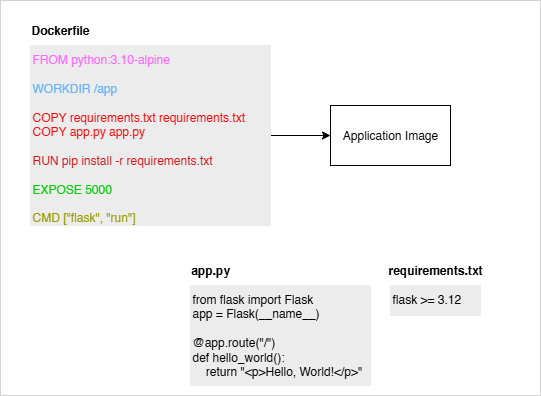
Earlier version of the draw.io export kubernetes/dockerfile.drawio.png (FAUSheppy/lightning-talks). Source tidied: cells renumbered, new cells last; positions are measured from the earlier drawing's top-left corner, leaving out a move shared by most shapes. Its diagram source:
```xml
<mxGraphModel>
  <root>
    <mxCell id="0" />
    <mxCell id="1" parent="0" />
    <mxCell id="2" style="edgeStyle=orthogonalEdgeStyle;rounded=0;jettySize=auto;html=1;exitX=1;exitY=0.5;exitDx=0;exitDy=0;" parent="1" edge="1" source="3" target="5">
      <mxGeometry relative="1" as="geometry" />
    </mxCell>
    <mxCell id="3" value="&lt;div style=&quot;forced-color-adjust: none; orphans: 2; text-align: left; text-indent: 0px; widows: 2; background-color: rgb(236, 236, 236); text-decoration-thickness: initial; text-decoration-style: initial; text-decoration-color: initial; white-space: normal; -webkit-text-stroke-width: 0px; word-spacing: 0px; text-transform: none; letter-spacing: normal; font-weight: 400; font-variant-caps: normal; font-variant-ligatures: normal; font-style: normal; font-size: 12px; font-family: Helvetica; color: rgb(0, 0, 0);&quot;&gt;&lt;font style=&quot;forced-color-adjust: none; color: rgb(255, 102, 255);&quot;&gt;FROM python:3.10-alpine&lt;/font&gt;&lt;/div&gt;&lt;div style=&quot;forced-color-adjust: none; color: rgb(0, 0, 0); font-family: Helvetica; font-size: 12px; font-style: normal; font-variant-ligatures: normal; font-variant-caps: normal; font-weight: 400; letter-spacing: normal; orphans: 2; text-align: left; text-indent: 0px; text-transform: none; widows: 2; word-spacing: 0px; -webkit-text-stroke-width: 0px; white-space: normal; background-color: rgb(236, 236, 236); text-decoration-thickness: initial; text-decoration-style: initial; text-decoration-color: initial;&quot;&gt;&lt;font style=&quot;forced-color-adjust: none; color: rgb(102, 178, 255);&quot;&gt;&lt;br style=&quot;forced-color-adjust: none;&quot;&gt;&lt;/font&gt;&lt;/div&gt;&lt;div style=&quot;forced-color-adjust: none; color: rgb(0, 0, 0); font-family: Helvetica; font-size: 12px; font-style: normal; font-variant-ligatures: normal; font-variant-caps: normal; font-weight: 400; letter-spacing: normal; orphans: 2; text-align: left; text-indent: 0px; text-transform: none; widows: 2; word-spacing: 0px; -webkit-text-stroke-width: 0px; white-space: normal; background-color: rgb(236, 236, 236); text-decoration-thickness: initial; text-decoration-style: initial; text-decoration-color: initial;&quot;&gt;&lt;font style=&quot;forced-color-adjust: none; color: rgb(102, 178, 255);&quot;&gt;WORKDIR /app&lt;/font&gt;&lt;/div&gt;&lt;div style=&quot;forced-color-adjust: none; color: rgb(0, 0, 0); font-family: Helvetica; font-size: 12px; font-style: normal; font-variant-ligatures: normal; font-variant-caps: normal; font-weight: 400; letter-spacing: normal; orphans: 2; text-align: left; text-indent: 0px; text-transform: none; widows: 2; word-spacing: 0px; -webkit-text-stroke-width: 0px; white-space: normal; background-color: rgb(236, 236, 236); text-decoration-thickness: initial; text-decoration-style: initial; text-decoration-color: initial;&quot;&gt;&lt;br style=&quot;forced-color-adjust: none;&quot;&gt;&lt;/div&gt;&lt;div style=&quot;forced-color-adjust: none; color: rgb(0, 0, 0); font-family: Helvetica; font-size: 12px; font-style: normal; font-variant-ligatures: normal; font-variant-caps: normal; font-weight: 400; letter-spacing: normal; orphans: 2; text-align: left; text-indent: 0px; text-transform: none; widows: 2; word-spacing: 0px; -webkit-text-stroke-width: 0px; white-space: normal; background-color: rgb(236, 236, 236); text-decoration-thickness: initial; text-decoration-style: initial; text-decoration-color: initial;&quot;&gt;&lt;font style=&quot;forced-color-adjust: none; color: rgb(255, 0, 0);&quot;&gt;COPY requirements.txt requirements.txt&lt;/font&gt;&lt;/div&gt;&lt;div style=&quot;forced-color-adjust: none; color: rgb(0, 0, 0); font-family: Helvetica; font-size: 12px; font-style: normal; font-variant-ligatures: normal; font-variant-caps: normal; font-weight: 400; letter-spacing: normal; orphans: 2; text-align: left; text-indent: 0px; text-transform: none; widows: 2; word-spacing: 0px; -webkit-text-stroke-width: 0px; white-space: normal; background-color: rgb(236, 236, 236); text-decoration-thickness: initial; text-decoration-style: initial; text-decoration-color: initial;&quot;&gt;&lt;font style=&quot;forced-color-adjust: none; color: rgb(255, 0, 0);&quot;&gt;COPY app.py app.py&lt;/font&gt;&lt;/div&gt;&lt;div style=&quot;forced-color-adjust: none; color: rgb(0, 0, 0); font-family: Helvetica; font-size: 12px; font-style: normal; font-variant-ligatures: normal; font-variant-caps: normal; font-weight: 400; letter-spacing: normal; orphans: 2; text-align: left; text-indent: 0px; text-transform: none; widows: 2; word-spacing: 0px; -webkit-text-stroke-width: 0px; white-space: normal; background-color: rgb(236, 236, 236); text-decoration-thickness: initial; text-decoration-style: initial; text-decoration-color: initial;&quot;&gt;&lt;font style=&quot;forced-color-adjust: none; color: light-dark(rgb(211, 18, 18), rgb(237, 237, 237));&quot;&gt;&lt;span style=&quot;forced-color-adjust: none; color: rgb(0, 0, 0);&quot;&gt;&lt;br style=&quot;forced-color-adjust: none;&quot;&gt;&lt;/span&gt;&lt;/font&gt;&lt;/div&gt;&lt;div style=&quot;forced-color-adjust: none; color: rgb(0, 0, 0); font-family: Helvetica; font-size: 12px; font-style: normal; font-variant-ligatures: normal; font-variant-caps: normal; font-weight: 400; letter-spacing: normal; orphans: 2; text-align: left; text-indent: 0px; text-transform: none; widows: 2; word-spacing: 0px; -webkit-text-stroke-width: 0px; white-space: normal; background-color: rgb(236, 236, 236); text-decoration-thickness: initial; text-decoration-style: initial; text-decoration-color: initial;&quot;&gt;&lt;font style=&quot;forced-color-adjust: none; color: light-dark(rgb(211, 18, 18), rgb(237, 237, 237));&quot;&gt;RUN pip install -r requirements.txt&lt;/font&gt;&lt;/div&gt;&lt;div style=&quot;forced-color-adjust: none; color: rgb(0, 0, 0); font-family: Helvetica; font-size: 12px; font-style: normal; font-variant-ligatures: normal; font-variant-caps: normal; font-weight: 400; letter-spacing: normal; orphans: 2; text-align: left; text-indent: 0px; text-transform: none; widows: 2; word-spacing: 0px; -webkit-text-stroke-width: 0px; white-space: normal; background-color: rgb(236, 236, 236); text-decoration-thickness: initial; text-decoration-style: initial; text-decoration-color: initial;&quot;&gt;&lt;font style=&quot;forced-color-adjust: none; color: rgb(0, 204, 0);&quot;&gt;&lt;br style=&quot;forced-color-adjust: none;&quot;&gt;&lt;/font&gt;&lt;/div&gt;&lt;div style=&quot;forced-color-adjust: none; color: rgb(0, 0, 0); font-family: Helvetica; font-size: 12px; font-style: normal; font-variant-ligatures: normal; font-variant-caps: normal; font-weight: 400; letter-spacing: normal; orphans: 2; text-align: left; text-indent: 0px; text-transform: none; widows: 2; word-spacing: 0px; -webkit-text-stroke-width: 0px; white-space: normal; background-color: rgb(236, 236, 236); text-decoration-thickness: initial; text-decoration-style: initial; text-decoration-color: initial;&quot;&gt;&lt;font style=&quot;forced-color-adjust: none; color: rgb(0, 204, 0);&quot;&gt;EXPOSE 5000&lt;/font&gt;&lt;/div&gt;&lt;div style=&quot;forced-color-adjust: none; color: rgb(0, 0, 0); font-family: Helvetica; font-size: 12px; font-style: normal; font-variant-ligatures: normal; font-variant-caps: normal; font-weight: 400; letter-spacing: normal; orphans: 2; text-align: left; text-indent: 0px; text-transform: none; widows: 2; word-spacing: 0px; -webkit-text-stroke-width: 0px; white-space: normal; background-color: rgb(236, 236, 236); text-decoration-thickness: initial; text-decoration-style: initial; text-decoration-color: initial;&quot;&gt;&lt;br style=&quot;forced-color-adjust: none;&quot;&gt;&lt;/div&gt;&lt;div style=&quot;forced-color-adjust: none; color: rgb(0, 0, 0); font-family: Helvetica; font-size: 12px; font-style: normal; font-variant-ligatures: normal; font-variant-caps: normal; font-weight: 400; letter-spacing: normal; orphans: 2; text-align: left; text-indent: 0px; text-transform: none; widows: 2; word-spacing: 0px; -webkit-text-stroke-width: 0px; white-space: normal; background-color: rgb(236, 236, 236); text-decoration-thickness: initial; text-decoration-style: initial; text-decoration-color: initial;&quot;&gt;&lt;font style=&quot;forced-color-adjust: none; color: rgb(153, 153, 0);&quot;&gt;CMD [&quot;flask&quot;, &quot;run&quot;]&lt;/font&gt;&lt;/div&gt;" style="text;whiteSpace=wrap;html=1;fillColor=light-dark(#ececec, #ededed);strokeColor=light-dark(#ececec, #5c79a3);" parent="1" vertex="1">
      <mxGeometry x="30" y="45" width="240" height="180" as="geometry" />
    </mxCell>
    <mxCell id="4" value="Dockerfile" style="text;html=1;align=center;verticalAlign=middle;whiteSpace=wrap;rounded=0;fontStyle=1;" parent="1" vertex="1">
      <mxGeometry x="30" y="15" width="60" height="30" as="geometry" />
    </mxCell>
    <mxCell id="5" value="Application Image" style="rounded=0;whiteSpace=wrap;html=1;" parent="1" vertex="1">
      <mxGeometry x="330" y="105" width="120" height="60" as="geometry" />
    </mxCell>
    <mxCell id="6" value="&lt;div&gt;from flask import Flask&lt;/div&gt;&lt;div&gt;app = Flask(__name__)&lt;/div&gt;&lt;div&gt;&lt;br&gt;&lt;/div&gt;&lt;div&gt;@app.route(&quot;/&quot;)&lt;/div&gt;&lt;div&gt;def hello_world():&lt;/div&gt;&lt;div&gt;&amp;nbsp; &amp;nbsp; return &quot;&amp;lt;p&amp;gt;Hello, World!&amp;lt;/p&amp;gt;&quot;&lt;/div&gt;" style="text;whiteSpace=wrap;html=1;fillColor=light-dark(#ececec, #ededed);strokeColor=light-dark(#ececec, #5c79a3);" parent="1" vertex="1">
      <mxGeometry x="190" y="285" width="180" height="100" as="geometry" />
    </mxCell>
    <mxCell id="7" value="&lt;div&gt;flask &amp;gt;= 3.12&lt;/div&gt;" style="text;whiteSpace=wrap;html=1;fillColor=light-dark(#ececec, #ededed);strokeColor=light-dark(#ececec, #5c79a3);" parent="1" vertex="1">
      <mxGeometry x="390" y="285" width="90" height="30" as="geometry" />
    </mxCell>
    <mxCell id="8" value="app.py" style="text;html=1;align=center;verticalAlign=middle;whiteSpace=wrap;rounded=0;fontStyle=1;" parent="1" vertex="1">
      <mxGeometry x="180" y="255" width="60" height="30" as="geometry" />
    </mxCell>
    <mxCell id="9" value="requirements.txt" style="text;html=1;align=center;verticalAlign=middle;whiteSpace=wrap;rounded=0;fontStyle=1;" parent="1" vertex="1">
      <mxGeometry x="390" y="255" width="90" height="30" as="geometry" />
    </mxCell>
    <mxCell id="10" style="rounded=0;whiteSpace=wrap;html=1;fillColor=none;strokeColor=#D5D5D5;" parent="1" vertex="1">
      <mxGeometry width="540" height="395" as="geometry" />
    </mxCell>
  </root>
</mxGraphModel>
```
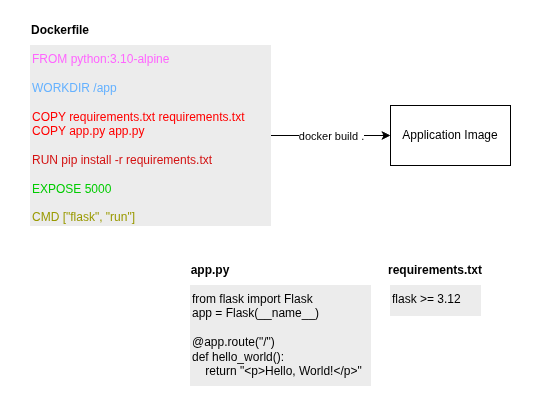
After the change.

What changed in the source:
```diff
@@ -2,9 +2,17 @@
   <root>
     <mxCell id="0" />
     <mxCell id="1" parent="0" />
+    <mxCell id="10" style="rounded=0;whiteSpace=wrap;html=1;fillColor=none;strokeColor=none;" parent="1" vertex="1">
+      <mxGeometry width="540" height="395" as="geometry" />
+    </mxCell>
     <mxCell id="2" style="edgeStyle=orthogonalEdgeStyle;rounded=0;jettySize=auto;html=1;exitX=1;exitY=0.5;exitDx=0;exitDy=0;" parent="1" edge="1" source="3" target="5">
       <mxGeometry relative="1" as="geometry" />
     </mxCell>
+    <mxCell id="11" value="docker build ." style="edgeLabel;html=1;align=center;verticalAlign=middle;" parent="2" vertex="1">
+      <mxGeometry x="0.55" y="2" relative="1" as="geometry">
+        <mxPoint x="-33" y="2" as="offset" />
+      </mxGeometry>
+    </mxCell>
     <mxCell id="3" value="&lt;div style=&quot;forced-color-adjust: none; orphans: 2; text-align: left; text-indent: 0px; widows: 2; background-color: rgb(236, 236, 236); text-decoration-thickness: initial; text-decoration-style: initial; text-decoration-color: initial; white-space: normal; -webkit-text-stroke-width: 0px; word-spacing: 0px; text-transform: none; letter-spacing: normal; font-weight: 400; font-variant-caps: normal; font-variant-ligatures: normal; font-style: normal; font-size: 12px; font-family: Helvetica; color: rgb(0, 0, 0);&quot;&gt;&lt;font style=&quot;forced-color-adjust: none; color: rgb(255, 102, 255);&quot;&gt;FROM python:3.10-alpine&lt;/font&gt;&lt;/div&gt;&lt;div style=&quot;forced-color-adjust: none; color: rgb(0, 0, 0); font-family: Helvetica; font-size: 12px; font-style: normal; font-variant-ligatures: normal; font-variant-caps: normal; font-weight: 400; letter-spacing: normal; orphans: 2; text-align: left; text-indent: 0px; text-transform: none; widows: 2; word-spacing: 0px; -webkit-text-stroke-width: 0px; white-space: normal; background-color: rgb(236, 236, 236); text-decoration-thickness: initial; text-decoration-style: initial; text-decoration-color: initial;&quot;&gt;&lt;font style=&quot;forced-color-adjust: none; color: rgb(102, 178, 255);&quot;&gt;&lt;br style=&quot;forced-color-adjust: none;&quot;&gt;&lt;/font&gt;&lt;/div&gt;&lt;div style=&quot;forced-color-adjust: none; color: rgb(0, 0, 0); font-family: Helvetica; font-size: 12px; font-style: normal; font-variant-ligatures: normal; font-variant-caps: normal; font-weight: 400; letter-spacing: normal; orphans: 2; text-align: left; text-indent: 0px; text-transform: none; widows: 2; word-spacing: 0px; -webkit-text-stroke-width: 0px; white-space: normal; background-color: rgb(236, 236, 236); text-decoration-thickness: initial; text-decoration-style: initial; text-decoration-color: initial;&quot;&gt;&lt;font style=&quot;forced-color-adjust: none; color: rgb(102, 178, 255);&quot;&gt;WORKDIR /app&lt;/font&gt;&lt;/div&gt;&lt;div style=&quot;forced-color-adjust: none; color: rgb(0, 0, 0); font-family: Helvetica; font-size: 12px; font-style: normal; font-variant-ligatures: normal; font-variant-caps: normal; font-weight: 400; letter-spacing: normal; orphans: 2; text-align: left; text-indent: 0px; text-transform: none; widows: 2; word-spacing: 0px; -webkit-text-stroke-width: 0px; white-space: normal; background-color: rgb(236, 236, 236); text-decoration-thickness: initial; text-decoration-style: initial; text-decoration-color: initial;&quot;&gt;&lt;br style=&quot;forced-color-adjust: none;&quot;&gt;&lt;/div&gt;&lt;div style=&quot;forced-color-adjust: none; color: rgb(0, 0, 0); font-family: Helvetica; font-size: 12px; font-style: normal; font-variant-ligatures: normal; font-variant-caps: normal; font-weight: 400; letter-spacing: normal; orphans: 2; text-align: left; text-indent: 0px; text-transform: none; widows: 2; word-spacing: 0px; -webkit-text-stroke-width: 0px; white-space: normal; background-color: rgb(236, 236, 236); text-decoration-thickness: initial; text-decoration-style: initial; text-decoration-color: initial;&quot;&gt;&lt;font style=&quot;forced-color-adjust: none; color: rgb(255, 0, 0);&quot;&gt;COPY requirements.txt requirements.txt&lt;/font&gt;&lt;/div&gt;&lt;div style=&quot;forced-color-adjust: none; color: rgb(0, 0, 0); font-family: Helvetica; font-size: 12px; font-style: normal; font-variant-ligatures: normal; font-variant-caps: normal; font-weight: 400; letter-spacing: normal; orphans: 2; text-align: left; text-indent: 0px; text-transform: none; widows: 2; word-spacing: 0px; -webkit-text-stroke-width: 0px; white-space: normal; background-color: rgb(236, 236, 236); text-decoration-thickness: initial; text-decoration-style: initial; text-decoration-color: initial;&quot;&gt;&lt;font style=&quot;forced-color-adjust: none; color: rgb(255, 0, 0);&quot;&gt;COPY app.py app.py&lt;/font&gt;&lt;/div&gt;&lt;div style=&quot;forced-color-adjust: none; color: rgb(0, 0, 0); font-family: Helvetica; font-size: 12px; font-style: normal; font-variant-ligatures: normal; font-variant-caps: normal; font-weight: 400; letter-spacing: normal; orphans: 2; text-align: left; text-indent: 0px; text-transform: none; widows: 2; word-spacing: 0px; -webkit-text-stroke-width: 0px; white-space: normal; background-color: rgb(236, 236, 236); text-decoration-thickness: initial; text-decoration-style: initial; text-decoration-color: initial;&quot;&gt;&lt;font style=&quot;forced-color-adjust: none; color: light-dark(rgb(211, 18, 18), rgb(237, 237, 237));&quot;&gt;&lt;span style=&quot;forced-color-adjust: none; color: rgb(0, 0, 0);&quot;&gt;&lt;br style=&quot;forced-color-adjust: none;&quot;&gt;&lt;/span&gt;&lt;/font&gt;&lt;/div&gt;&lt;div style=&quot;forced-color-adjust: none; color: rgb(0, 0, 0); font-family: Helvetica; font-size: 12px; font-style: normal; font-variant-ligatures: normal; font-variant-caps: normal; font-weight: 400; letter-spacing: normal; orphans: 2; text-align: left; text-indent: 0px; text-transform: none; widows: 2; word-spacing: 0px; -webkit-text-stroke-width: 0px; white-space: normal; background-color: rgb(236, 236, 236); text-decoration-thickness: initial; text-decoration-style: initial; text-decoration-color: initial;&quot;&gt;&lt;font style=&quot;forced-color-adjust: none; color: light-dark(rgb(211, 18, 18), rgb(237, 237, 237));&quot;&gt;RUN pip install -r requirements.txt&lt;/font&gt;&lt;/div&gt;&lt;div style=&quot;forced-color-adjust: none; color: rgb(0, 0, 0); font-family: Helvetica; font-size: 12px; font-style: normal; font-variant-ligatures: normal; font-variant-caps: normal; font-weight: 400; letter-spacing: normal; orphans: 2; text-align: left; text-indent: 0px; text-transform: none; widows: 2; word-spacing: 0px; -webkit-text-stroke-width: 0px; white-space: normal; background-color: rgb(236, 236, 236); text-decoration-thickness: initial; text-decoration-style: initial; text-decoration-color: initial;&quot;&gt;&lt;font style=&quot;forced-color-adjust: none; color: rgb(0, 204, 0);&quot;&gt;&lt;br style=&quot;forced-color-adjust: none;&quot;&gt;&lt;/font&gt;&lt;/div&gt;&lt;div style=&quot;forced-color-adjust: none; color: rgb(0, 0, 0); font-family: Helvetica; font-size: 12px; font-style: normal; font-variant-ligatures: normal; font-variant-caps: normal; font-weight: 400; letter-spacing: normal; orphans: 2; text-align: left; text-indent: 0px; text-transform: none; widows: 2; word-spacing: 0px; -webkit-text-stroke-width: 0px; white-space: normal; background-color: rgb(236, 236, 236); text-decoration-thickness: initial; text-decoration-style: initial; text-decoration-color: initial;&quot;&gt;&lt;font style=&quot;forced-color-adjust: none; color: rgb(0, 204, 0);&quot;&gt;EXPOSE 5000&lt;/font&gt;&lt;/div&gt;&lt;div style=&quot;forced-color-adjust: none; color: rgb(0, 0, 0); font-family: Helvetica; font-size: 12px; font-style: normal; font-variant-ligatures: normal; font-variant-caps: normal; font-weight: 400; letter-spacing: normal; orphans: 2; text-align: left; text-indent: 0px; text-transform: none; widows: 2; word-spacing: 0px; -webkit-text-stroke-width: 0px; white-space: normal; background-color: rgb(236, 236, 236); text-decoration-thickness: initial; text-decoration-style: initial; text-decoration-color: initial;&quot;&gt;&lt;br style=&quot;forced-color-adjust: none;&quot;&gt;&lt;/div&gt;&lt;div style=&quot;forced-color-adjust: none; color: rgb(0, 0, 0); font-family: Helvetica; font-size: 12px; font-style: normal; font-variant-ligatures: normal; font-variant-caps: normal; font-weight: 400; letter-spacing: normal; orphans: 2; text-align: left; text-indent: 0px; text-transform: none; widows: 2; word-spacing: 0px; -webkit-text-stroke-width: 0px; white-space: normal; background-color: rgb(236, 236, 236); text-decoration-thickness: initial; text-decoration-style: initial; text-decoration-color: initial;&quot;&gt;&lt;font style=&quot;forced-color-adjust: none; color: rgb(153, 153, 0);&quot;&gt;CMD [&quot;flask&quot;, &quot;run&quot;]&lt;/font&gt;&lt;/div&gt;" style="text;whiteSpace=wrap;html=1;fillColor=light-dark(#ececec, #ededed);strokeColor=light-dark(#ececec, #5c79a3);" parent="1" vertex="1">
       <mxGeometry x="30" y="45" width="240" height="180" as="geometry" />
     </mxCell>
@@ -12,7 +20,7 @@
       <mxGeometry x="30" y="15" width="60" height="30" as="geometry" />
     </mxCell>
     <mxCell id="5" value="Application Image" style="rounded=0;whiteSpace=wrap;html=1;" parent="1" vertex="1">
-      <mxGeometry x="330" y="105" width="120" height="60" as="geometry" />
+      <mxGeometry x="390" y="105" width="120" height="60" as="geometry" />
     </mxCell>
     <mxCell id="6" value="&lt;div&gt;from flask import Flask&lt;/div&gt;&lt;div&gt;app = Flask(__name__)&lt;/div&gt;&lt;div&gt;&lt;br&gt;&lt;/div&gt;&lt;div&gt;@app.route(&quot;/&quot;)&lt;/div&gt;&lt;div&gt;def hello_world():&lt;/div&gt;&lt;div&gt;&amp;nbsp; &amp;nbsp; return &quot;&amp;lt;p&amp;gt;Hello, World!&amp;lt;/p&amp;gt;&quot;&lt;/div&gt;" style="text;whiteSpace=wrap;html=1;fillColor=light-dark(#ececec, #ededed);strokeColor=light-dark(#ececec, #5c79a3);" parent="1" vertex="1">
       <mxGeometry x="190" y="285" width="180" height="100" as="geometry" />
@@ -26,8 +34,5 @@
     <mxCell id="9" value="requirements.txt" style="text;html=1;align=center;verticalAlign=middle;whiteSpace=wrap;rounded=0;fontStyle=1;" parent="1" vertex="1">
       <mxGeometry x="390" y="255" width="90" height="30" as="geometry" />
     </mxCell>
-    <mxCell id="10" style="rounded=0;whiteSpace=wrap;html=1;fillColor=none;strokeColor=#D5D5D5;" parent="1" vertex="1">
-      <mxGeometry width="540" height="395" as="geometry" />
-    </mxCell>
   </root>
 </mxGraphModel>
```
